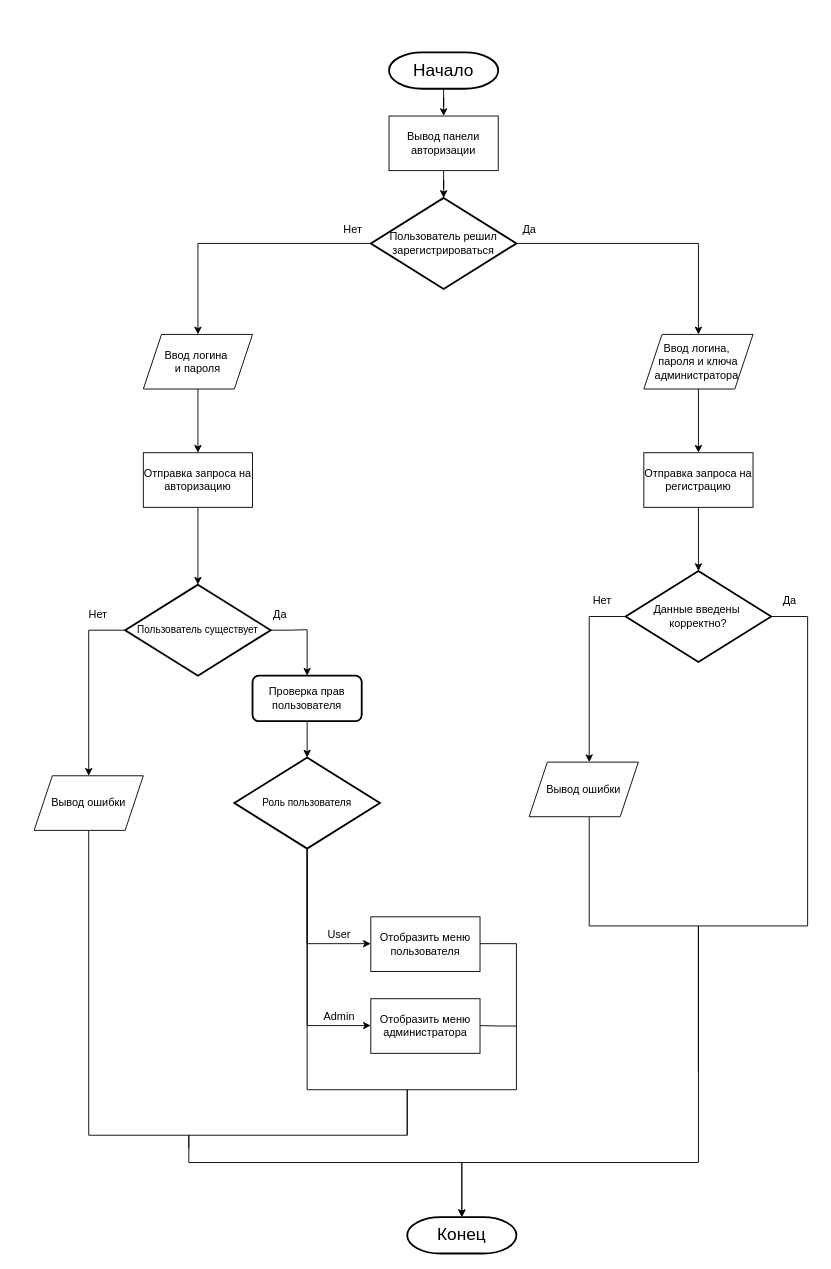
ThomasCharester/KursuchShop keeps this draw.io diagram as coursework/diagrams/АвторизацияК.drawio. Above is the earlier version. Source tidied: cells renumbered, new cells numbered last; positions are measured from the earlier drawing's top-left corner, leaving out a move shared by most shapes. Both pictures are drawn from the tidied source at 91%, with x=0, y=0 at pixel (34, 52).
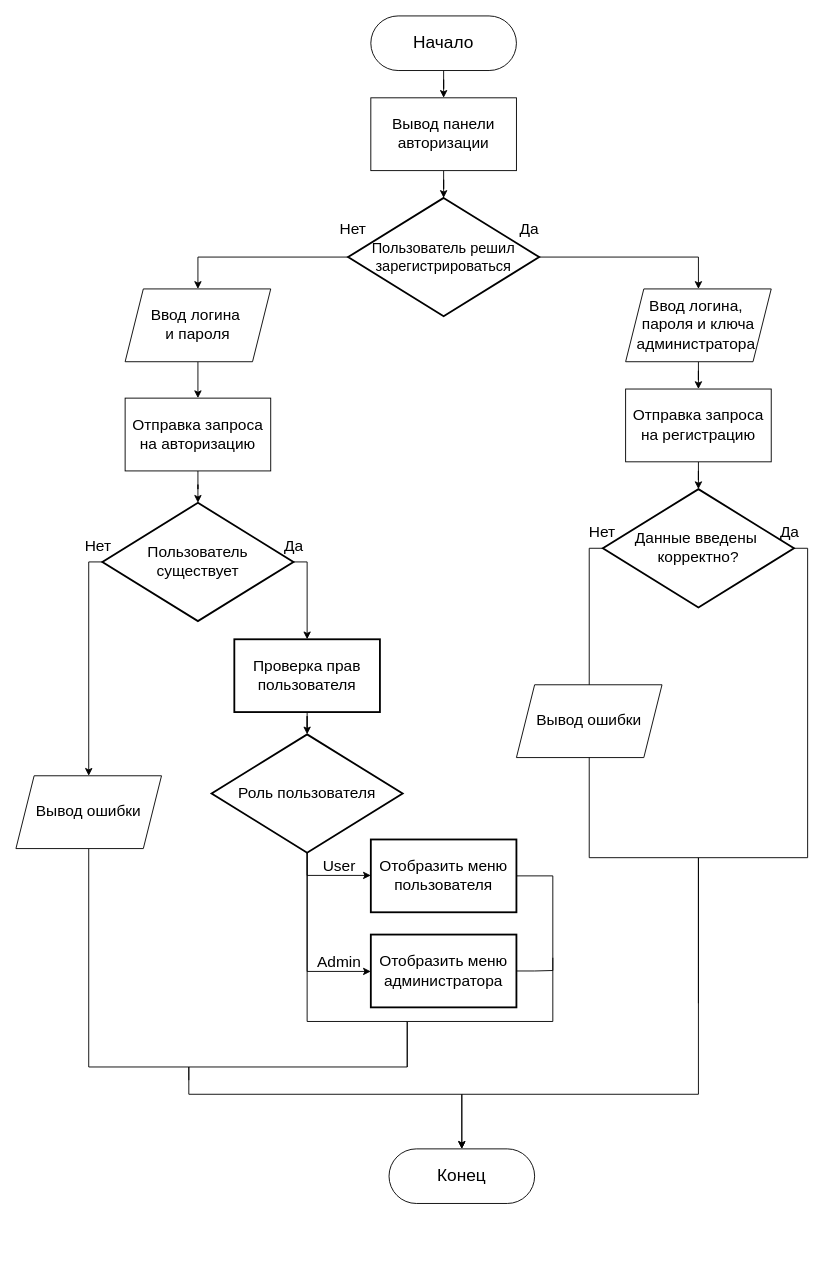
The same diagram, later.

Change to the diagram source:
```diff
@@
-    <mxCell id="3" value="&lt;font style=&quot;font-size: 19px;&quot;&gt;Начало&lt;/font&gt;" style="strokeWidth=2;html=1;shape=mxgraph.flowchart.terminator;whiteSpace=wrap;" parent="1" vertex="1">
-      <mxGeometry x="390" width="120" height="40" as="geometry" />
-    </mxCell>
@@
-    <mxCell id="6" value="Пользователь решил зарегистрироваться" style="strokeWidth=2;html=1;shape=mxgraph.flowchart.decision;whiteSpace=wrap;" parent="1" vertex="1">
-      <mxGeometry x="370" y="160" width="160" height="100" as="geometry" />
+    <mxCell id="6" value="&lt;font style=&quot;font-size: 16px;&quot;&gt;Пользователь решил зарегистрироваться&lt;/font&gt;" style="strokeWidth=2;html=1;shape=mxgraph.flowchart.decision;whiteSpace=wrap;" parent="1" vertex="1">
+      <mxGeometry x="345" y="160" width="210" height="130" as="geometry" />
     </mxCell>
-    <mxCell id="7" value="Нет" style="text;html=1;align=center;verticalAlign=middle;strokeColor=none;fillColor=none;" parent="1" vertex="1">
-      <mxGeometry x="330" y="180" width="40" height="30" as="geometry" />
+    <mxCell id="7" value="Нет" style="text;html=1;align=center;verticalAlign=middle;strokeColor=none;fillColor=none;fontSize=17;" parent="1" vertex="1">
+      <mxGeometry x="325" y="180" width="50" height="30" as="geometry" />
     </mxCell>
@@
-    <mxCell id="10" value="Да" style="text;html=1;align=center;verticalAlign=middle;strokeColor=none;fillColor=none;" parent="1" vertex="1">
+    <mxCell id="10" value="Да" style="text;html=1;align=center;verticalAlign=middle;strokeColor=none;fillColor=none;fontSize=17;" parent="1" vertex="1">
       <mxGeometry x="524" y="180" width="40" height="30" as="geometry" />
     </mxCell>
@@
     <mxCell id="12" style="edgeStyle=orthogonalEdgeStyle;rounded=0;jettySize=auto;html=1;" parent="1" edge="1" source="6" target="37">
-      <mxGeometry relative="1" as="geometry" />
+      <mxGeometry relative="1" as="geometry">
+        <Array as="points">
+          <mxPoint x="730" y="225" />
+        </Array>
+      </mxGeometry>
     </mxCell>
     <mxCell id="13" style="edgeStyle=orthogonalEdgeStyle;rounded=0;jettySize=auto;html=1;" parent="1" edge="1" source="14" target="44">
       <mxGeometry relative="1" as="geometry">
         <Array as="points">
-          <mxPoint x="60" y="635" />
+          <mxPoint x="60" y="560" />
         </Array>
       </mxGeometry>
     </mxCell>
-    <mxCell id="14" value="&lt;font style=&quot;font-size: 11px;&quot;&gt;Пользователь существует&lt;/font&gt;" style="strokeWidth=2;html=1;shape=mxgraph.flowchart.decision;whiteSpace=wrap;" parent="1" vertex="1">
-      <mxGeometry x="100" y="585" width="160" height="100" as="geometry" />
+    <mxCell id="14" value="&lt;font style=&quot;font-size: 17px;&quot;&gt;Пользователь&lt;/font&gt;&lt;div&gt;&lt;font style=&quot;font-size: 17px;&quot;&gt;существует&lt;/font&gt;&lt;/div&gt;" style="strokeWidth=2;html=1;shape=mxgraph.flowchart.decision;whiteSpace=wrap;" parent="1" vertex="1">
+      <mxGeometry x="75" y="495" width="210" height="130" as="geometry" />
     </mxCell>
     <mxCell id="15" style="edgeStyle=orthogonalEdgeStyle;rounded=0;jettySize=auto;html=1;" parent="1" edge="1" source="17">
       <mxGeometry relative="1" as="geometry">
-        <mxPoint x="610" y="780" as="targetPoint" />
+        <mxPoint x="610" y="705" as="targetPoint" />
         <Array as="points">
-          <mxPoint x="610" y="620" />
+          <mxPoint x="610" y="545" />
         </Array>
       </mxGeometry>
     </mxCell>
-    <mxCell id="16" style="edgeStyle=orthogonalEdgeStyle;rounded=0;jettySize=auto;html=1;" parent="1" edge="1" source="17" target="22">
+    <mxCell id="16" style="edgeStyle=orthogonalEdgeStyle;rounded=0;jettySize=auto;html=1;" parent="1" edge="1" source="17">
       <mxGeometry relative="1" as="geometry">
+        <mxPoint x="470" y="1205" as="targetPoint" />
         <Array as="points">
-          <mxPoint x="850" y="620" />
-          <mxPoint x="850" y="960" />
-          <mxPoint x="730" y="960" />
-          <mxPoint x="730" y="1220" />
-          <mxPoint x="470" y="1220" />
+          <mxPoint x="850" y="545" />
+          <mxPoint x="850" y="885" />
+          <mxPoint x="730" y="885" />
+          <mxPoint x="730" y="1145" />
+          <mxPoint x="470" y="1145" />
         </Array>
       </mxGeometry>
     </mxCell>
-    <mxCell id="17" value="Данные введены&amp;nbsp;&lt;div&gt;корректно?&lt;/div&gt;" style="strokeWidth=2;html=1;shape=mxgraph.flowchart.decision;whiteSpace=wrap;" parent="1" vertex="1">
-      <mxGeometry x="650" y="570" width="160" height="100" as="geometry" />
+    <mxCell id="17" value="&lt;font style=&quot;font-size: 17px;&quot;&gt;Данные введены&amp;nbsp;&lt;/font&gt;&lt;div&gt;&lt;font style=&quot;font-size: 17px;&quot;&gt;корректно?&lt;/font&gt;&lt;/div&gt;" style="strokeWidth=2;html=1;shape=mxgraph.flowchart.decision;whiteSpace=wrap;" parent="1" vertex="1">
+      <mxGeometry x="625" y="480" width="210" height="130" as="geometry" />
     </mxCell>
     <mxCell id="18" style="edgeStyle=orthogonalEdgeStyle;rounded=0;orthogonalLoop=1;jettySize=auto;html=1;endArrow=none;endFill=0;" parent="1" edge="1">
       <mxGeometry relative="1" as="geometry">
-        <mxPoint x="610" y="840" as="sourcePoint" />
-        <mxPoint x="730" y="1120" as="targetPoint" />
+        <mxPoint x="610" y="765" as="sourcePoint" />
+        <mxPoint x="730" y="1045" as="targetPoint" />
         <Array as="points">
-          <mxPoint x="610" y="960" />
-          <mxPoint x="730" y="960" />
-          <mxPoint x="730" y="1080" />
+          <mxPoint x="610" y="885" />
+          <mxPoint x="730" y="885" />
+          <mxPoint x="730" y="1005" />
         </Array>
       </mxGeometry>
     </mxCell>
-    <mxCell id="19" value="Нет" style="text;html=1;align=center;verticalAlign=middle;strokeColor=none;fillColor=none;" parent="1" vertex="1">
-      <mxGeometry x="604" y="588" width="40" height="30" as="geometry" />
+    <mxCell id="19" value="Нет" style="text;html=1;align=center;verticalAlign=middle;strokeColor=none;fillColor=none;fontSize=17;" parent="1" vertex="1">
+      <mxGeometry x="599" y="513" width="50" height="30" as="geometry" />
     </mxCell>
-    <mxCell id="20" value="Да" style="text;html=1;align=center;verticalAlign=middle;strokeColor=none;fillColor=none;" parent="1" vertex="1">
-      <mxGeometry x="810" y="588" width="40" height="30" as="geometry" />
+    <mxCell id="20" value="Да" style="text;html=1;align=center;verticalAlign=middle;strokeColor=none;fillColor=none;fontSize=17;" parent="1" vertex="1">
+      <mxGeometry x="810" y="513" width="40" height="30" as="geometry" />
     </mxCell>
     <mxCell id="21" style="edgeStyle=orthogonalEdgeStyle;rounded=0;jettySize=auto;html=1;" parent="1" edge="1" source="44" target="22">
       <mxGeometry relative="1" as="geometry">
         <Array as="points">
-          <mxPoint x="60" y="1190" />
-          <mxPoint x="170" y="1190" />
-          <mxPoint x="170" y="1220" />
-          <mxPoint x="470" y="1220" />
+          <mxPoint x="60" y="1115" />
+          <mxPoint x="170" y="1115" />
+          <mxPoint x="170" y="1145" />
+          <mxPoint x="470" y="1145" />
         </Array>
       </mxGeometry>
     </mxCell>
-    <mxCell id="22" value="&lt;font style=&quot;font-size: 19px;&quot;&gt;Конец&lt;/font&gt;" style="strokeWidth=2;html=1;shape=mxgraph.flowchart.terminator;whiteSpace=wrap;" parent="1" vertex="1">
-      <mxGeometry x="410" y="1280" width="120" height="40" as="geometry" />
-    </mxCell>
-    <mxCell id="23" value="Нет" style="text;html=1;align=center;verticalAlign=middle;strokeColor=none;fillColor=none;" parent="1" vertex="1">
-      <mxGeometry x="50" y="603" width="40" height="30" as="geometry" />
+    <mxCell id="23" value="Нет" style="text;html=1;align=center;verticalAlign=middle;strokeColor=none;fillColor=none;fontSize=17;" parent="1" vertex="1">
+      <mxGeometry x="45" y="528" width="50" height="30" as="geometry" />
     </mxCell>
@@
     <mxCell id="25" style="edgeStyle=orthogonalEdgeStyle;rounded=0;jettySize=auto;html=1;" parent="1" edge="1" source="28">
       <mxGeometry relative="1" as="geometry">
-        <mxPoint x="370" y="979.5" as="targetPoint" />
+        <mxPoint x="370" y="904.5" as="targetPoint" />
         <Array as="points">
-          <mxPoint x="300" y="979.5" />
+          <mxPoint x="300" y="904.5" />
         </Array>
       </mxGeometry>
     </mxCell>
-    <mxCell id="26" style="edgeStyle=orthogonalEdgeStyle;rounded=0;jettySize=auto;html=1;" parent="1" edge="1" source="28">
+    <mxCell id="26" style="edgeStyle=orthogonalEdgeStyle;rounded=0;jettySize=auto;html=1;" parent="1" edge="1" source="28" target="42">
       <mxGeometry relative="1" as="geometry">
-        <mxPoint x="370" y="1069.5" as="targetPoint" />
         <Array as="points">
-          <mxPoint x="300" y="1069.5" />
+          <mxPoint x="300" y="1010" />
         </Array>
       </mxGeometry>
     </mxCell>
     <mxCell id="27" style="edgeStyle=orthogonalEdgeStyle;rounded=0;jettySize=auto;html=1;endArrow=none;endFill=0;" parent="1" edge="1" source="28">
       <mxGeometry relative="1" as="geometry">
-        <mxPoint x="410" y="1190" as="targetPoint" />
+        <mxPoint x="410" y="1115" as="targetPoint" />
         <Array as="points">
-          <mxPoint x="300" y="1140" />
-          <mxPoint x="410" y="1140" />
+          <mxPoint x="300" y="1065" />
+          <mxPoint x="410" y="1065" />
         </Array>
       </mxGeometry>
     </mxCell>
-    <mxCell id="28" value="&lt;font style=&quot;font-size: 11px;&quot;&gt;Роль пользователя&lt;/font&gt;" style="strokeWidth=2;html=1;shape=mxgraph.flowchart.decision;whiteSpace=wrap;" parent="1" vertex="1">
-      <mxGeometry x="220" y="775" width="160" height="100" as="geometry" />
+    <mxCell id="28" value="&lt;font style=&quot;font-size: 17px;&quot;&gt;Роль пользователя&lt;/font&gt;" style="strokeWidth=2;html=1;shape=mxgraph.flowchart.decision;whiteSpace=wrap;" parent="1" vertex="1">
+      <mxGeometry x="195" y="749.5" width="210" height="130" as="geometry" />
     </mxCell>
-    <mxCell id="29" value="Да" style="text;html=1;align=center;verticalAlign=middle;strokeColor=none;fillColor=none;" parent="1" vertex="1">
-      <mxGeometry x="250" y="603" width="40" height="30" as="geometry" />
+    <mxCell id="29" value="Да" style="text;html=1;align=center;verticalAlign=middle;strokeColor=none;fillColor=none;fontSize=17;" parent="1" vertex="1">
+      <mxGeometry x="265" y="528" width="40" height="30" as="geometry" />
     </mxCell>
     <mxCell id="30" style="edgeStyle=orthogonalEdgeStyle;rounded=0;jettySize=auto;html=1;" parent="1" edge="1" source="14" target="31">
       <mxGeometry relative="1" as="geometry">
         <Array as="points">
-          <mxPoint x="280" y="635.5" />
-          <mxPoint x="300" y="634.5" />
+          <mxPoint x="280" y="560.5" />
+          <mxPoint x="300" y="559.5" />
         </Array>
       </mxGeometry>
     </mxCell>
-    <mxCell id="31" value="Проверка прав пользователя" style="rounded=1;whiteSpace=wrap;html=1;absoluteArcSize=1;arcSize=14;strokeWidth=2;" parent="1" vertex="1">
-      <mxGeometry x="240" y="685" width="120" height="50" as="geometry" />
+    <mxCell id="31" value="&lt;font style=&quot;font-size: 17px;&quot;&gt;Проверка прав пользователя&lt;/font&gt;" style="rounded=1;whiteSpace=wrap;html=1;absoluteArcSize=1;arcSize=0;strokeWidth=2;" parent="1" vertex="1">
+      <mxGeometry x="220" y="645" width="160" height="80" as="geometry" />
     </mxCell>
-    <mxCell id="32" style="edgeStyle=orthogonalEdgeStyle;rounded=0;orthogonalLoop=1;jettySize=auto;html=1;endArrow=none;endFill=0;" parent="1" edge="1">
+    <mxCell id="32" style="edgeStyle=orthogonalEdgeStyle;rounded=0;jettySize=auto;html=1;endArrow=none;endFill=0;" parent="1" edge="1" source="41">
       <mxGeometry relative="1" as="geometry">
-        <mxPoint x="490" y="979.5" as="sourcePoint" />
-        <mxPoint x="170" y="1204.5" as="targetPoint" />
+        <mxPoint x="170" y="1129.5" as="targetPoint" />
         <Array as="points">
-          <mxPoint x="530" y="979" />
-          <mxPoint x="530" y="1140" />
-          <mxPoint x="410" y="1140" />
-          <mxPoint x="410" y="1190" />
-          <mxPoint x="170" y="1190" />
+          <mxPoint x="570" y="905" />
+          <mxPoint x="570" y="1065" />
+          <mxPoint x="410" y="1065" />
+          <mxPoint x="410" y="1115" />
+          <mxPoint x="170" y="1115" />
         </Array>
       </mxGeometry>
     </mxCell>
-    <mxCell id="33" value="User" style="text;html=1;align=center;verticalAlign=middle;strokeColor=none;fillColor=none;" parent="1" vertex="1">
-      <mxGeometry x="310" y="954.5" width="50" height="30" as="geometry" />
+    <mxCell id="33" value="User" style="text;html=1;align=center;verticalAlign=middle;strokeColor=none;fillColor=none;fontSize=17;" parent="1" vertex="1">
+      <mxGeometry x="305" y="879.5" width="60" height="30" as="geometry" />
     </mxCell>
-    <mxCell id="34" style="edgeStyle=orthogonalEdgeStyle;rounded=0;orthogonalLoop=1;jettySize=auto;html=1;endArrow=none;endFill=0;" parent="1" edge="1">
+    <mxCell id="34" style="edgeStyle=orthogonalEdgeStyle;rounded=0;jettySize=auto;html=1;endArrow=none;endFill=0;" parent="1" edge="1" source="42">
       <mxGeometry relative="1" as="geometry">
-        <mxPoint x="490" y="1069.5" as="sourcePoint" />
-        <mxPoint x="530" y="1070" as="targetPoint" />
+        <mxPoint x="570" y="995" as="targetPoint" />
+        <Array as="points">
+          <mxPoint x="550" y="1009" />
+          <mxPoint x="570" y="1009" />
+        </Array>
       </mxGeometry>
     </mxCell>
-    <mxCell id="35" value="Admin" style="text;html=1;align=center;verticalAlign=middle;strokeColor=none;fillColor=none;" parent="1" vertex="1">
-      <mxGeometry x="305" y="1044.5" width="60" height="30" as="geometry" />
+    <mxCell id="35" value="Admin" style="text;html=1;align=center;verticalAlign=middle;strokeColor=none;fillColor=none;fontSize=17;" parent="1" vertex="1">
+      <mxGeometry x="300" y="986" width="70" height="30" as="geometry" />
     </mxCell>
-    <mxCell id="36" value="Отправка запроса на авторизацию" style="rounded=0;whiteSpace=wrap;html=1;" parent="1" vertex="1">
-      <mxGeometry x="120" y="440" width="120" height="60" as="geometry" />
+    <mxCell id="36" value="&lt;font style=&quot;font-size: 17px;&quot;&gt;Отправка запроса на авторизацию&lt;/font&gt;" style="rounded=0;whiteSpace=wrap;html=1;" parent="1" vertex="1">
+      <mxGeometry x="100" y="380" width="160" height="80" as="geometry" />
     </mxCell>
-    <mxCell id="37" value="Ввод логина,&amp;nbsp;&lt;div&gt;&lt;span style=&quot;background-color: initial;&quot;&gt;пароля и ключа администратора&amp;nbsp;&lt;/span&gt;&lt;/div&gt;" style="shape=parallelogram;perimeter=parallelogramPerimeter;whiteSpace=wrap;html=1;fixedSize=1;" parent="1" vertex="1">
-      <mxGeometry x="670" y="310" width="120" height="60" as="geometry" />
+    <mxCell id="37" value="&lt;font style=&quot;font-size: 17px;&quot;&gt;Ввод логина,&amp;nbsp;&lt;/font&gt;&lt;div&gt;&lt;span style=&quot;background-color: initial;&quot;&gt;&lt;font style=&quot;font-size: 17px;&quot;&gt;пароля и ключа администратора&amp;nbsp;&lt;/font&gt;&lt;/span&gt;&lt;/div&gt;" style="shape=parallelogram;perimeter=parallelogramPerimeter;whiteSpace=wrap;html=1;fixedSize=1;" parent="1" vertex="1">
+      <mxGeometry x="650" y="260" width="160" height="80" as="geometry" />
     </mxCell>
-    <mxCell id="38" value="Отправка запроса на регистрацию" style="rounded=0;whiteSpace=wrap;html=1;" parent="1" vertex="1">
-      <mxGeometry x="670" y="440" width="120" height="60" as="geometry" />
+    <mxCell id="38" value="&lt;font style=&quot;font-size: 17px;&quot;&gt;Отправка запроса на регистрацию&lt;/font&gt;" style="rounded=0;whiteSpace=wrap;html=1;" parent="1" vertex="1">
+      <mxGeometry x="650" y="370" width="160" height="80" as="geometry" />
     </mxCell>
     <mxCell id="39" style="edgeStyle=orthogonalEdgeStyle;rounded=0;jettySize=auto;html=1;" parent="1" edge="1" source="6" target="40">
-      <mxGeometry relative="1" as="geometry" />
+      <mxGeometry relative="1" as="geometry">
+        <Array as="points">
+          <mxPoint x="180" y="225" />
+        </Array>
+      </mxGeometry>
     </mxCell>
-    <mxCell id="40" value="Ввод логина&amp;nbsp;&lt;div&gt;и пароля&lt;/div&gt;" style="shape=parallelogram;perimeter=parallelogramPerimeter;whiteSpace=wrap;html=1;fixedSize=1;" parent="1" vertex="1">
-      <mxGeometry x="120" y="310" width="120" height="60" as="geometry" />
+    <mxCell id="40" value="&lt;font style=&quot;font-size: 17px;&quot;&gt;Ввод логина&amp;nbsp;&lt;/font&gt;&lt;div&gt;&lt;font style=&quot;font-size: 17px;&quot;&gt;и пароля&lt;/font&gt;&lt;/div&gt;" style="shape=parallelogram;perimeter=parallelogramPerimeter;whiteSpace=wrap;html=1;fixedSize=1;" parent="1" vertex="1">
+      <mxGeometry x="100" y="260" width="160" height="80" as="geometry" />
     </mxCell>
-    <mxCell id="41" value="Отобразить меню пользователя" style="rounded=0;whiteSpace=wrap;html=1;" parent="1" vertex="1">
-      <mxGeometry x="370" y="950" width="120" height="60" as="geometry" />
-    </mxCell>
-    <mxCell id="42" value="Отобразить меню администратора" style="rounded=0;whiteSpace=wrap;html=1;" parent="1" vertex="1">
-      <mxGeometry x="370" y="1040" width="120" height="60" as="geometry" />
-    </mxCell>
-    <mxCell id="43" value="Вывод ошибки" style="shape=parallelogram;perimeter=parallelogramPerimeter;whiteSpace=wrap;html=1;fixedSize=1;" parent="1" vertex="1">
-      <mxGeometry x="544" y="780" width="120" height="60" as="geometry" />
+    <mxCell id="43" value="&lt;font style=&quot;font-size: 17px;&quot;&gt;Вывод ошибки&lt;/font&gt;" style="shape=parallelogram;perimeter=parallelogramPerimeter;whiteSpace=wrap;html=1;fixedSize=1;" parent="1" vertex="1">
+      <mxGeometry x="530" y="695" width="160" height="80" as="geometry" />
     </mxCell>
-    <mxCell id="44" value="Вывод ошибки" style="shape=parallelogram;perimeter=parallelogramPerimeter;whiteSpace=wrap;html=1;fixedSize=1;" parent="1" vertex="1">
-      <mxGeometry y="795" width="120" height="60" as="geometry" />
+    <mxCell id="44" value="&lt;font style=&quot;font-size: 17px;&quot;&gt;Вывод ошибки&lt;/font&gt;" style="shape=parallelogram;perimeter=parallelogramPerimeter;whiteSpace=wrap;html=1;fixedSize=1;" parent="1" vertex="1">
+      <mxGeometry x="-20" y="795" width="160" height="80" as="geometry" />
     </mxCell>
-    <mxCell id="45" value="Вывод панели авторизации" style="rounded=0;whiteSpace=wrap;html=1;" parent="1" vertex="1">
-      <mxGeometry x="390" y="70" width="120" height="60" as="geometry" />
+    <mxCell id="45" value="&lt;font style=&quot;font-size: 17px;&quot;&gt;Вывод панели авторизации&lt;/font&gt;" style="rounded=0;whiteSpace=wrap;html=1;" parent="1" vertex="1">
+      <mxGeometry x="370" y="50" width="160" height="80" as="geometry" />
     </mxCell>
+    <mxCell id="3" value="&lt;span style=&quot;font-size: 19px;&quot;&gt;Начало&lt;/span&gt;" style="rounded=1;whiteSpace=wrap;html=1;arcSize=50;" parent="1" vertex="1">
+      <mxGeometry x="370" y="-40" width="160" height="60" as="geometry" />
+    </mxCell>
+    <mxCell id="22" value="&lt;span style=&quot;font-size: 19px;&quot;&gt;Конец&lt;/span&gt;" style="rounded=1;whiteSpace=wrap;html=1;arcSize=50;" parent="1" vertex="1">
+      <mxGeometry x="390" y="1205" width="160" height="60" as="geometry" />
+    </mxCell>
+    <mxCell id="41" value="&lt;font style=&quot;font-size: 17px;&quot;&gt;Отобразить меню пользователя&lt;/font&gt;" style="rounded=1;whiteSpace=wrap;html=1;absoluteArcSize=1;arcSize=0;strokeWidth=2;" parent="1" vertex="1">
+      <mxGeometry x="370" y="865" width="160" height="80" as="geometry" />
+    </mxCell>
+    <mxCell id="42" value="&lt;font style=&quot;font-size: 17px;&quot;&gt;Отобразить меню администратора&lt;/font&gt;" style="rounded=1;whiteSpace=wrap;html=1;absoluteArcSize=1;arcSize=0;strokeWidth=2;" parent="1" vertex="1">
+      <mxGeometry x="370" y="969.5" width="160" height="80" as="geometry" />
+    </mxCell>
```
